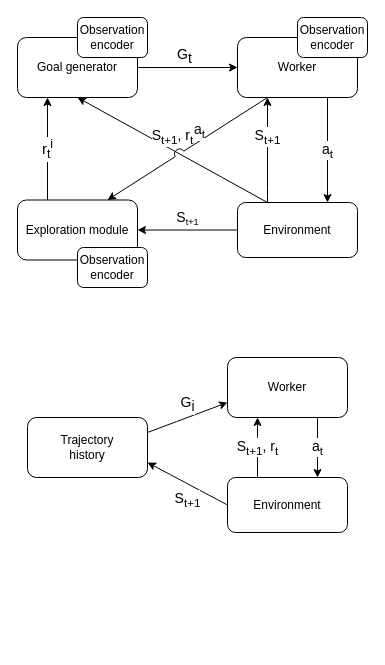
dllllb/pathrl keeps this draw.io diagram as assets/diagram.drawio. Above is the earlier version. Source tidied: cells renumbered, new cells numbered last; positions are measured from the earlier drawing's top-left corner, leaving out a move shared by most shapes. Both pictures are drawn from the tidied source at 100%, with x=0, y=0 at pixel (17, 17).
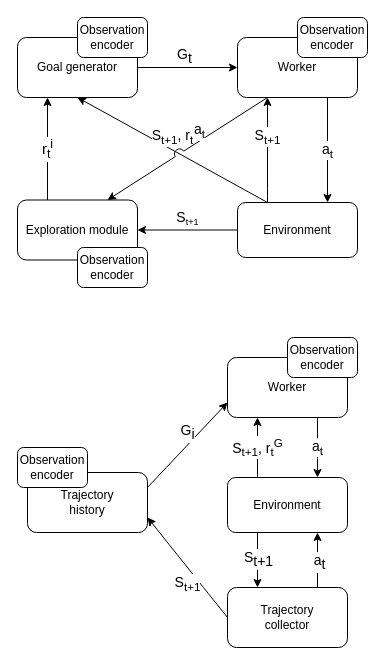
After the change.

Unchanged cells that the change refers to:
```xml
<mxCell id="19" value="Worker" style="rounded=1;whiteSpace=wrap;html=1;" parent="1" vertex="1">
  <mxGeometry x="210" y="340" width="120" height="60" as="geometry" />
</mxCell>
<mxCell id="24" value="Environment" style="rounded=1;whiteSpace=wrap;html=1;" parent="1" vertex="1">
  <mxGeometry x="210" y="460" width="120" height="55" as="geometry" />
</mxCell>
```

The edit, as a diff of the source:
```diff
@@
     <mxCell id="21" value="Trajectory&lt;br&gt;history" style="rounded=1;whiteSpace=wrap;html=1;fontSize=12;verticalAlign=middle;" parent="1" vertex="1">
-      <mxGeometry x="10" y="400" width="120" height="60" as="geometry" />
+      <mxGeometry x="10" y="455" width="120" height="60" as="geometry" />
     </mxCell>
-    <mxCell id="22" value="S&lt;sub&gt;t+1&lt;/sub&gt;" style="edgeStyle=none;curved=1;jumpStyle=arc;jumpSize=10;jettySize=auto;html=1;exitX=0;exitY=0.5;exitDx=0;exitDy=0;entryX=1;entryY=0.75;entryDx=0;entryDy=0;fontSize=14;verticalAlign=top;" parent="1" edge="1" source="24" target="21">
+    <mxCell id="22" value="S&lt;sub&gt;t+1&lt;/sub&gt;" style="edgeStyle=none;curved=1;jumpStyle=arc;jumpSize=10;jettySize=auto;html=1;exitX=0;exitY=0.5;exitDx=0;exitDy=0;entryX=1;entryY=0.75;entryDx=0;entryDy=0;fontSize=14;verticalAlign=top;" parent="1" edge="1" source="31" target="21">
       <mxGeometry relative="1" as="geometry" />
     </mxCell>
-    <mxCell id="23" value="S&lt;sub&gt;t+1&lt;/sub&gt;, r&lt;sub&gt;t&lt;/sub&gt;" style="edgeStyle=none;curved=1;jumpStyle=arc;jumpSize=10;jettySize=auto;html=1;exitX=0.25;exitY=0;exitDx=0;exitDy=0;entryX=0.25;entryY=1;entryDx=0;entryDy=0;fontSize=14;verticalAlign=middle;" parent="1" edge="1" source="24" target="19">
+    <mxCell id="23" value="S&lt;sub&gt;t+1&lt;/sub&gt;, r&lt;sub&gt;t&lt;/sub&gt;&lt;sup&gt;G&lt;/sup&gt;" style="edgeStyle=none;curved=1;jumpStyle=arc;jumpSize=10;jettySize=auto;html=1;exitX=0.25;exitY=0;exitDx=0;exitDy=0;entryX=0.25;entryY=1;entryDx=0;entryDy=0;fontSize=14;verticalAlign=middle;" parent="1" edge="1" source="24" target="19">
       <mxGeometry relative="1" as="geometry" />
     </mxCell>
+    <mxCell id="25" style="edgeStyle=orthogonalEdgeStyle;rounded=0;jettySize=auto;html=1;entryX=0.25;entryY=0;entryDx=0;entryDy=0;exitX=0.25;exitY=1;exitDx=0;exitDy=0;" parent="1" edge="1" source="24" target="31">
+      <mxGeometry relative="1" as="geometry" />
+    </mxCell>
+    <mxCell id="26" value="&lt;span style=&quot;font-size: 14px&quot;&gt;S&lt;/span&gt;&lt;sub style=&quot;font-size: 14px&quot;&gt;t+1&lt;/sub&gt;" style="edgeLabel;html=1;align=center;verticalAlign=middle;fontSize=14;" parent="25" vertex="1">
+      <mxGeometry x="-0.05" relative="1" as="geometry" />
+    </mxCell>
@@
+    <mxCell id="27" value="Observation encoder" style="rounded=1;whiteSpace=wrap;html=1;fontSize=12;verticalAlign=middle;" parent="1" vertex="1">
+      <mxGeometry x="270" y="320" width="70" height="40" as="geometry" />
+    </mxCell>
+    <mxCell id="28" value="Observation encoder" style="rounded=1;whiteSpace=wrap;html=1;fontSize=12;verticalAlign=middle;" parent="1" vertex="1">
+      <mxGeometry y="430" width="70" height="40" as="geometry" />
+    </mxCell>
+    <mxCell id="29" style="edgeStyle=orthogonalEdgeStyle;rounded=0;jettySize=auto;html=1;exitX=0.75;exitY=0;exitDx=0;exitDy=0;entryX=0.75;entryY=1;entryDx=0;entryDy=0;" parent="1" edge="1" source="31" target="24">
+      <mxGeometry relative="1" as="geometry" />
+    </mxCell>
+    <mxCell id="30" value="&lt;span style=&quot;font-size: 14px;&quot;&gt;a&lt;/span&gt;&lt;sub style=&quot;font-size: 14px;&quot;&gt;t&lt;/sub&gt;" style="edgeLabel;html=1;align=center;verticalAlign=middle;fontSize=14;" parent="29" vertex="1">
+      <mxGeometry x="-0.05" y="-1" relative="1" as="geometry" />
+    </mxCell>
+    <mxCell id="31" value="Trajectory&lt;br&gt;collector" style="rounded=1;whiteSpace=wrap;html=1;fontSize=12;verticalAlign=middle;" parent="1" vertex="1">
+      <mxGeometry x="210" y="570" width="120" height="60" as="geometry" />
+    </mxCell>
```
